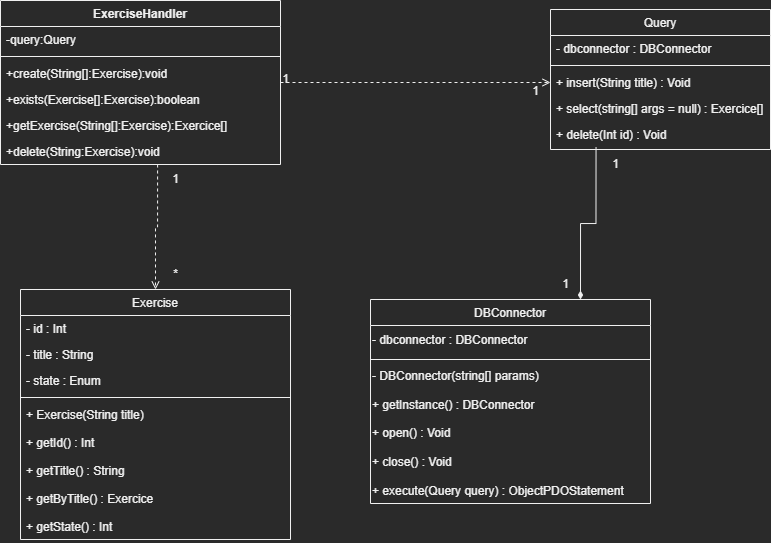
Before: Documentation/DiagrammeClasse_JBD.drawio.png, a diagram exported from draw.io (CPNV-ES/MAW1.1-JLR-JBD). Source tidied: cells renumbered, new cells last; positions are measured from the earlier drawing's top-left corner, leaving out a move shared by most shapes.
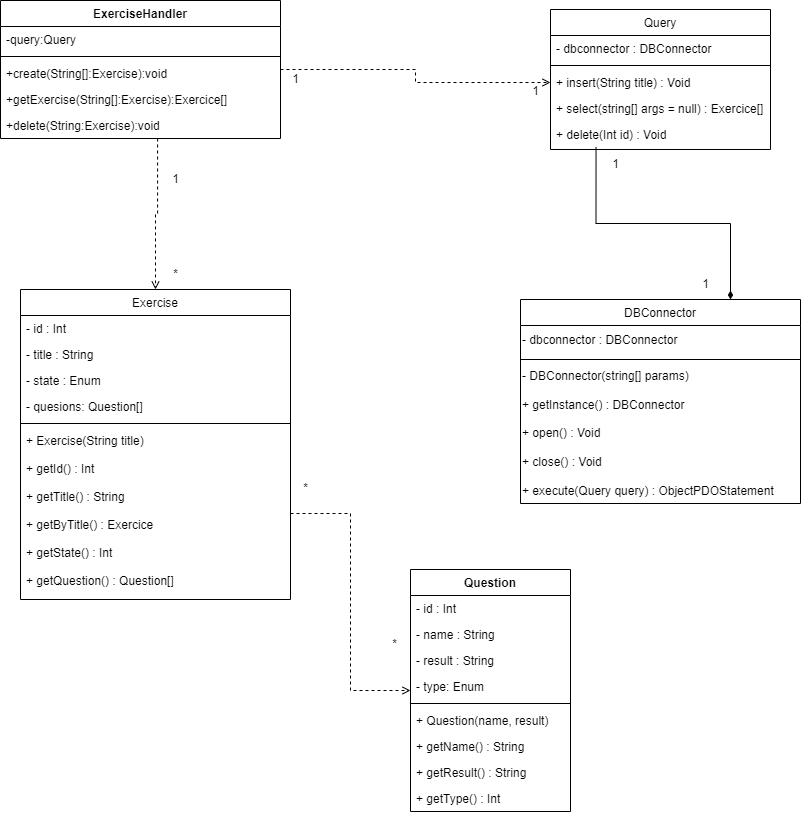
Later version of the same file.

What changed in the source:
```diff
@@ -3,7 +3,7 @@
     <mxCell id="0" />
     <mxCell id="1" parent="0" />
     <mxCell id="2" value="Exercise" style="swimlane;fontStyle=0;align=center;verticalAlign=top;horizontal=1;startSize=26;rounded=0;shadow=0;strokeWidth=1;" parent="1" vertex="1">
-      <mxGeometry x="20" y="289" width="270" height="250" as="geometry" />
+      <mxGeometry x="20" y="289" width="270" height="310" as="geometry" />
     </mxCell>
     <mxCell id="3" value="- id : Int" style="text;align=left;verticalAlign=top;spacingLeft=4;spacingRight=4;overflow=hidden;" parent="2" vertex="1">
       <mxGeometry y="26" width="270" height="26" as="geometry" />
@@ -14,17 +14,20 @@
     <mxCell id="5" value="- state : Enum" style="text;align=left;verticalAlign=top;spacingLeft=4;spacingRight=4;overflow=hidden;rounded=0;shadow=0;html=0;" parent="2" vertex="1">
       <mxGeometry y="78" width="270" height="26" as="geometry" />
     </mxCell>
+    <mxCell id="34" value="- quesions: Question[]" style="text;align=left;verticalAlign=top;spacingLeft=4;spacingRight=4;overflow=hidden;rounded=0;shadow=0;html=0;" parent="2" vertex="1">
+      <mxGeometry y="104" width="270" height="26" as="geometry" />
+    </mxCell>
     <mxCell id="6" style="line;html=1;strokeWidth=1;align=left;verticalAlign=middle;spacingTop=-1;spacingLeft=3;spacingRight=3;labelPosition=right;" parent="2" vertex="1">
-      <mxGeometry y="104" width="270" height="8" as="geometry" />
+      <mxGeometry y="130" width="270" height="8" as="geometry" />
     </mxCell>
-    <mxCell id="7" value="+ Exercise(String title) &#10;&#10;+ getId() : Int&#10;&#10;+ getTitle() : String&#10;&#10;+ getByTitle() : Exercice&#10;&#10;+ getState() : Int &#10;&#10;&#10;" style="text;align=left;verticalAlign=top;spacingLeft=4;spacingRight=4;overflow=hidden;points=[[0,0.5],[1,0.5]];portConstraint=eastwest;" parent="2" vertex="1">
-      <mxGeometry y="112" width="270" height="138" as="geometry" />
+    <mxCell id="7" value="+ Exercise(String title) &#10;&#10;+ getId() : Int&#10;&#10;+ getTitle() : String&#10;&#10;+ getByTitle() : Exercice&#10;&#10;+ getState() : Int &#10;&#10;+ getQuestion() : Question[]&#10;&#10;" style="text;align=left;verticalAlign=top;spacingLeft=4;spacingRight=4;overflow=hidden;points=[[0,0.5],[1,0.5]];portConstraint=eastwest;" parent="2" vertex="1">
+      <mxGeometry y="138" width="270" height="172" as="geometry" />
     </mxCell>
     <mxCell id="8" style="edgeStyle=orthogonalEdgeStyle;rounded=0;jettySize=auto;html=1;exitX=0.75;exitY=0;exitDx=0;exitDy=0;endArrow=none;endFill=0;startArrow=diamondThin;startFill=1;entryX=0.207;entryY=0.993;entryDx=0;entryDy=0;entryPerimeter=0;" parent="1" edge="1" source="9" target="18">
       <mxGeometry relative="1" as="geometry" />
     </mxCell>
     <mxCell id="9" value="DBConnector" style="swimlane;fontStyle=0;align=center;verticalAlign=top;horizontal=1;startSize=26;rounded=0;shadow=0;strokeWidth=1;" parent="1" vertex="1">
-      <mxGeometry x="370" y="299" width="280" height="204" as="geometry" />
+      <mxGeometry x="520" y="299" width="280" height="204" as="geometry" />
     </mxCell>
     <mxCell id="10" value="- dbconnector : DBConnector" style="text;html=1;align=left;verticalAlign=middle;strokeColor=none;fillColor=none;" parent="9" vertex="1">
       <mxGeometry y="26" width="280" height="30" as="geometry" />
@@ -57,19 +60,19 @@
       <mxGeometry x="520" y="76" width="30" height="30" as="geometry" />
     </mxCell>
     <mxCell id="20" value="1" style="text;html=1;align=center;verticalAlign=middle;strokeColor=none;fillColor=none;" parent="1" vertex="1">
-      <mxGeometry x="270" y="64" width="30" height="30" as="geometry" />
+      <mxGeometry x="280" y="64" width="30" height="30" as="geometry" />
     </mxCell>
     <mxCell id="21" value="1" style="text;html=1;align=center;verticalAlign=middle;strokeColor=none;fillColor=none;" parent="1" vertex="1">
       <mxGeometry x="600" y="149" width="30" height="30" as="geometry" />
     </mxCell>
     <mxCell id="22" value="1" style="text;html=1;align=center;verticalAlign=middle;strokeColor=none;fillColor=none;" parent="1" vertex="1">
-      <mxGeometry x="550" y="269" width="30" height="30" as="geometry" />
+      <mxGeometry x="690" y="269" width="30" height="30" as="geometry" />
     </mxCell>
     <mxCell id="23" style="edgeStyle=orthogonalEdgeStyle;rounded=0;jettySize=auto;html=1;exitX=1;exitY=0.5;exitDx=0;exitDy=0;entryX=0;entryY=0.5;entryDx=0;entryDy=0;startArrow=none;startFill=0;endArrow=open;endFill=0;dashed=1;" parent="1" edge="1" source="24" target="16">
       <mxGeometry relative="1" as="geometry" />
     </mxCell>
     <mxCell id="24" value="ExerciseHandler" style="swimlane;fontStyle=1;align=center;verticalAlign=top;horizontal=1;startSize=26;" parent="1" vertex="1">
-      <mxGeometry width="280" height="164" as="geometry" />
+      <mxGeometry width="280" height="138" as="geometry" />
     </mxCell>
     <mxCell id="25" value="-query:Query" style="text;strokeColor=none;fillColor=none;align=left;verticalAlign=top;spacingLeft=4;spacingRight=4;overflow=hidden;" parent="24" vertex="1">
       <mxGeometry y="26" width="280" height="26" as="geometry" />
@@ -80,14 +83,11 @@
     <mxCell id="27" value="+create(String[]:Exercise):void" style="text;strokeColor=none;fillColor=none;align=left;verticalAlign=top;spacingLeft=4;spacingRight=4;overflow=hidden;" parent="24" vertex="1">
       <mxGeometry y="60" width="280" height="26" as="geometry" />
     </mxCell>
-    <mxCell id="28" value="+exists(Exercise[]:Exercise):boolean" style="text;strokeColor=none;fillColor=none;align=left;verticalAlign=top;spacingLeft=4;spacingRight=4;overflow=hidden;" parent="24" vertex="1">
-      <mxGeometry y="86" width="280" height="26" as="geometry" />
-    </mxCell>
     <mxCell id="29" value="+getExercise(String[]:Exercise):Exercice[]" style="text;strokeColor=none;fillColor=none;align=left;verticalAlign=top;spacingLeft=4;spacingRight=4;overflow=hidden;" parent="24" vertex="1">
-      <mxGeometry y="112" width="280" height="26" as="geometry" />
+      <mxGeometry y="86" width="280" height="26" as="geometry" />
     </mxCell>
     <mxCell id="30" value="+delete(String:Exercise):void" style="text;strokeColor=none;fillColor=none;align=left;verticalAlign=top;spacingLeft=4;spacingRight=4;overflow=hidden;points=[[0,0.5],[1,0.5]];portConstraint=eastwest;" parent="24" vertex="1">
-      <mxGeometry y="138" width="280" height="26" as="geometry" />
+      <mxGeometry y="112" width="280" height="26" as="geometry" />
     </mxCell>
     <mxCell id="31" style="edgeStyle=orthogonalEdgeStyle;rounded=0;jettySize=auto;html=1;exitX=0.561;exitY=1;exitDx=0;exitDy=0;entryX=0.5;entryY=0;entryDx=0;entryDy=0;startArrow=none;startFill=0;endArrow=open;endFill=0;dashed=1;exitPerimeter=0;" parent="1" edge="1" source="30" target="2">
       <mxGeometry relative="1" as="geometry" />
@@ -98,5 +98,44 @@
     <mxCell id="33" value="*" style="text;html=1;align=center;verticalAlign=middle;strokeColor=none;fillColor=none;" parent="1" vertex="1">
       <mxGeometry x="160" y="259" width="30" height="30" as="geometry" />
     </mxCell>
+    <mxCell id="35" value="Question" style="swimlane;fontStyle=1;align=center;verticalAlign=top;horizontal=1;startSize=26;hachureGap=4;" parent="1" vertex="1">
+      <mxGeometry x="410" y="569" width="160" height="242" as="geometry" />
+    </mxCell>
+    <mxCell id="36" value="- id : Int" style="text;strokeColor=none;fillColor=none;align=left;verticalAlign=top;spacingLeft=4;spacingRight=4;overflow=hidden;hachureGap=4;" parent="35" vertex="1">
+      <mxGeometry y="26" width="160" height="26" as="geometry" />
+    </mxCell>
+    <mxCell id="37" value="- name : String" style="text;strokeColor=none;fillColor=none;align=left;verticalAlign=top;spacingLeft=4;spacingRight=4;overflow=hidden;hachureGap=4;" parent="35" vertex="1">
+      <mxGeometry y="52" width="160" height="26" as="geometry" />
+    </mxCell>
+    <mxCell id="38" value="- result : String" style="text;strokeColor=none;fillColor=none;align=left;verticalAlign=top;spacingLeft=4;spacingRight=4;overflow=hidden;hachureGap=4;" parent="35" vertex="1">
+      <mxGeometry y="78" width="160" height="26" as="geometry" />
+    </mxCell>
+    <mxCell id="39" value="- type: Enum" style="text;strokeColor=none;fillColor=none;align=left;verticalAlign=top;spacingLeft=4;spacingRight=4;overflow=hidden;hachureGap=4;" parent="35" vertex="1">
+      <mxGeometry y="104" width="160" height="26" as="geometry" />
+    </mxCell>
+    <mxCell id="40" style="line;strokeWidth=1;fillColor=none;align=left;verticalAlign=middle;spacingTop=-1;spacingLeft=3;spacingRight=3;labelPosition=right;strokeColor=inherit;hachureGap=4;" parent="35" vertex="1">
+      <mxGeometry y="130" width="160" height="8" as="geometry" />
+    </mxCell>
+    <mxCell id="41" value="+ Question(name, result)" style="text;strokeColor=none;fillColor=none;align=left;verticalAlign=top;spacingLeft=4;spacingRight=4;overflow=hidden;hachureGap=4;" parent="35" vertex="1">
+      <mxGeometry y="138" width="160" height="26" as="geometry" />
+    </mxCell>
+    <mxCell id="42" value="+ getName() : String" style="text;strokeColor=none;fillColor=none;align=left;verticalAlign=top;spacingLeft=4;spacingRight=4;overflow=hidden;hachureGap=4;" parent="35" vertex="1">
+      <mxGeometry y="164" width="160" height="26" as="geometry" />
+    </mxCell>
+    <mxCell id="43" value="+ getResult() : String" style="text;strokeColor=none;fillColor=none;align=left;verticalAlign=top;spacingLeft=4;spacingRight=4;overflow=hidden;hachureGap=4;" parent="35" vertex="1">
+      <mxGeometry y="190" width="160" height="26" as="geometry" />
+    </mxCell>
+    <mxCell id="44" value="+ getType() : Int" style="text;strokeColor=none;fillColor=none;align=left;verticalAlign=top;spacingLeft=4;spacingRight=4;overflow=hidden;hachureGap=4;" parent="35" vertex="1">
+      <mxGeometry y="216" width="160" height="26" as="geometry" />
+    </mxCell>
+    <mxCell id="45" style="edgeStyle=orthogonalEdgeStyle;rounded=0;jettySize=auto;html=1;endArrow=open;endFill=0;dashed=1;" parent="1" edge="1" source="7" target="35">
+      <mxGeometry relative="1" as="geometry" />
+    </mxCell>
+    <mxCell id="46" value="*" style="text;html=1;align=center;verticalAlign=middle;strokeColor=none;fillColor=none;" parent="1" vertex="1">
+      <mxGeometry x="379" y="629" width="30" height="30" as="geometry" />
+    </mxCell>
+    <mxCell id="47" value="*" style="text;html=1;align=center;verticalAlign=middle;strokeColor=none;fillColor=none;" parent="1" vertex="1">
+      <mxGeometry x="290" y="473" width="30" height="30" as="geometry" />
+    </mxCell>
   </root>
 </mxGraphModel>
```
